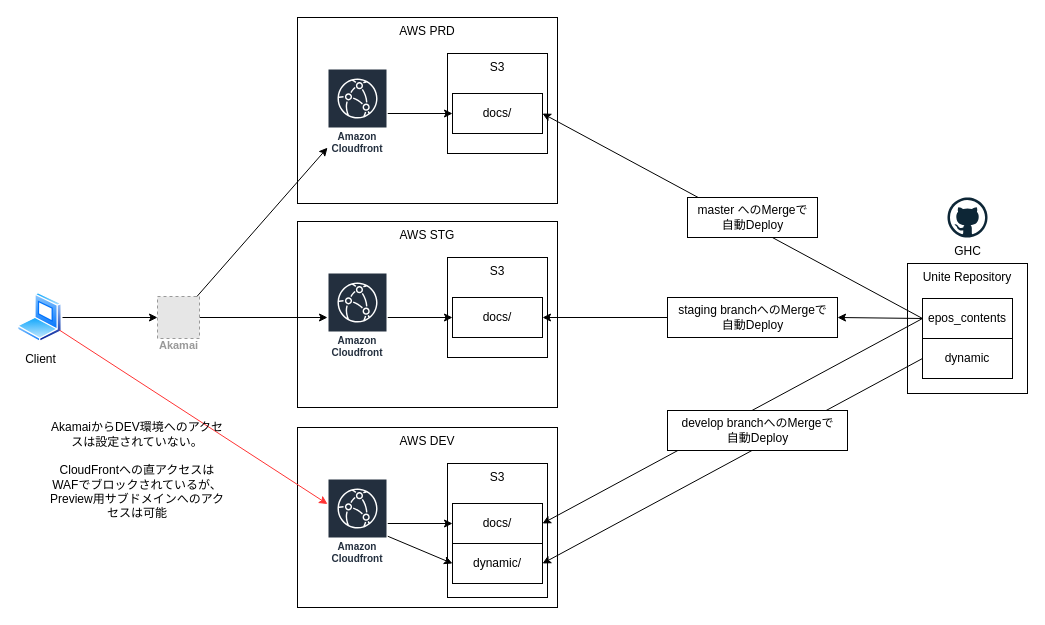
This is 02.打ち合わせ資料/img/構成概要.drawio from takemitsu255/ux-docs, a draw.io file, before an edit. Source tidied: cells renumbered, new cells numbered last; positions are measured from the earlier drawing's top-left corner, leaving out a move shared by most shapes. Both pictures are drawn from the tidied source at 100%, with x=0, y=0 at pixel (17, 17). Pictures stored in the file or linked from it are replaced by grey dashed boxes.
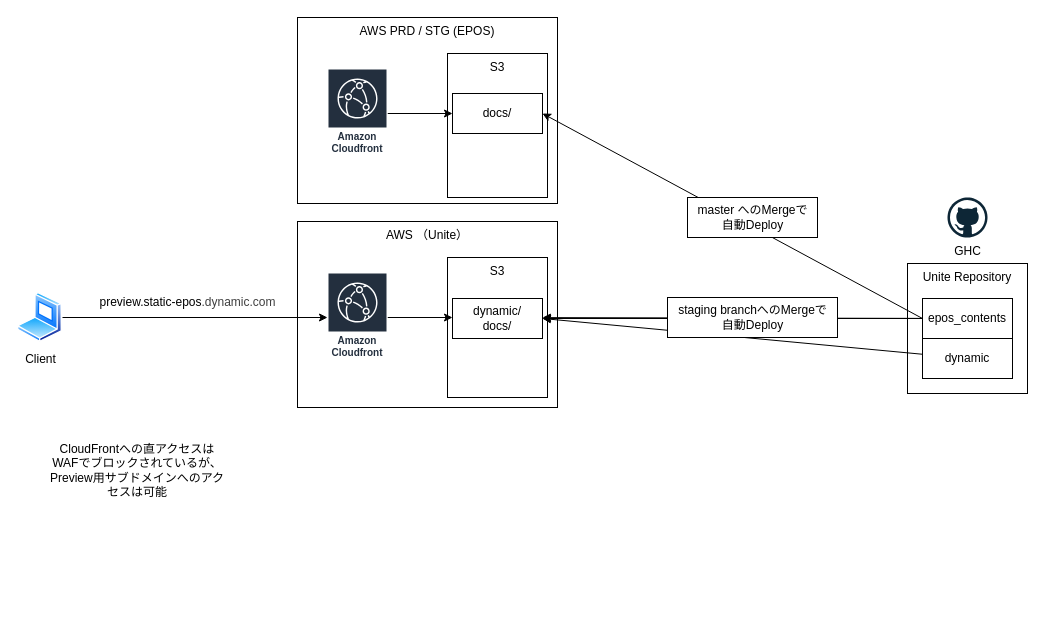
After the change.

Unchanged cells that the change refers to:
```xml
<mxCell id="5" value="Amazon Cloudfront" style="sketch=0;outlineConnect=0;fontColor=#232F3E;gradientColor=none;strokeColor=#ffffff;fillColor=#232F3E;dashed=0;verticalLabelPosition=middle;verticalAlign=bottom;align=center;html=1;whiteSpace=wrap;fontSize=10;fontStyle=1;spacing=3;shape=mxgraph.aws4.productIcon;prIcon=mxgraph.aws4.cloudfront;" parent="1" vertex="1">
  <mxGeometry x="310" y="255" width="60" height="90" as="geometry" />
</mxCell>
<mxCell id="10" value="Client" style="image;perimeter=ellipsePerimeter;html=1;align=center;shadow=0;dashed=0;spacingTop=3;image=img/lib/active_directory/laptop_client.svg;" parent="1" vertex="1">
  <mxGeometry y="275" width="45" height="50" as="geometry" />
</mxCell>
<mxCell id="21" value="Amazon Cloudfront" style="sketch=0;outlineConnect=0;fontColor=#232F3E;gradientColor=none;strokeColor=#ffffff;fillColor=#232F3E;dashed=0;verticalLabelPosition=middle;verticalAlign=bottom;align=center;html=1;whiteSpace=wrap;fontSize=10;fontStyle=1;spacing=3;shape=mxgraph.aws4.productIcon;prIcon=mxgraph.aws4.cloudfront;" parent="1" vertex="1">
  <mxGeometry x="310" y="51" width="60" height="90" as="geometry" />
</mxCell>
<mxCell id="31" value="epos_contents" style="rounded=0;whiteSpace=wrap;html=1;" parent="1" vertex="1">
  <mxGeometry x="905" y="281" width="90" height="40" as="geometry" />
</mxCell>
<mxCell id="33" value="dynamic" style="rounded=0;whiteSpace=wrap;html=1;" parent="1" vertex="1">
  <mxGeometry x="905" y="321" width="90" height="40" as="geometry" />
</mxCell>
<mxCell id="36" value="staging branchへのMergeで&lt;div&gt;自動Deploy&lt;/div&gt;" style="text;html=1;align=center;verticalAlign=middle;points=[];strokeColor=default;fillColor=default;labelBackgroundColor=none;labelBorderColor=none;" parent="1" vertex="1">
  <mxGeometry x="650" y="280" width="170" height="40" as="geometry" />
</mxCell>
```

The edit, as a diff of the source:
```diff
@@
-    <mxCell id="2" value="AWS STG" style="rounded=0;whiteSpace=wrap;html=1;verticalAlign=top;" parent="1" vertex="1">
+    <mxCell id="2" value="AWS （Unite）" style="rounded=0;whiteSpace=wrap;html=1;verticalAlign=top;" parent="1" vertex="1">
       <mxGeometry x="280" y="204" width="260" height="186" as="geometry" />
     </mxCell>
     <mxCell id="3" value="S3" style="rounded=0;whiteSpace=wrap;html=1;verticalAlign=top;" parent="1" vertex="1">
-      <mxGeometry x="430" y="240" width="100" height="100" as="geometry" />
+      <mxGeometry x="430" y="240" width="100" height="140" as="geometry" />
     </mxCell>
-    <mxCell id="4" style="edgeStyle=none;html=1;entryX=0;entryY=0.5;entryDx=0;entryDy=0;" parent="1" edge="1" source="5" target="8">
-      <mxGeometry relative="1" as="geometry" />
+    <mxCell id="4" style="edgeStyle=none;html=1;entryX=0;entryY=0.5;entryDx=0;entryDy=0;" parent="1" edge="1" source="5">
+      <mxGeometry relative="1" as="geometry">
+        <mxPoint x="435" y="300" as="targetPoint" />
+      </mxGeometry>
     </mxCell>
@@
-    <mxCell id="6" style="edgeStyle=none;html=1;" parent="1" edge="1" source="7" target="5">
-      <mxGeometry relative="1" as="geometry" />
-    </mxCell>
-    <mxCell id="7" value="Akamai" style="fillColor=#E6E6E6;strokeColor=#999999;dashed=1;html=1;verticalAlign=top;labelPosition=center;verticalLabelPosition=bottom;align=center;spacingTop=-6;fontSize=11;fontStyle=1;fontColor=#999999;" parent="1" vertex="1">
-      <mxGeometry x="140" y="279" width="42" height="42" as="geometry" />
-    </mxCell>
-    <mxCell id="8" value="docs/" style="rounded=0;whiteSpace=wrap;html=1;" parent="1" vertex="1">
-      <mxGeometry x="435" y="280" width="90" height="40" as="geometry" />
-    </mxCell>
-    <mxCell id="9" style="edgeStyle=none;html=1;" parent="1" edge="1" source="10" target="7">
+    <mxCell id="9" style="edgeStyle=none;html=1;" parent="1" edge="1" source="10" target="5">
       <mxGeometry relative="1" as="geometry" />
     </mxCell>
@@
-    <mxCell id="11" value="AWS DEV" style="rounded=0;whiteSpace=wrap;html=1;verticalAlign=top;" parent="1" vertex="1">
-      <mxGeometry x="280" y="410" width="260" height="180" as="geometry" />
-    </mxCell>
-    <mxCell id="12" value="S3" style="rounded=0;whiteSpace=wrap;html=1;verticalAlign=top;" parent="1" vertex="1">
-      <mxGeometry x="430" y="446" width="100" height="134" as="geometry" />
-    </mxCell>
-    <mxCell id="13" style="edgeStyle=none;html=1;entryX=0;entryY=0.5;entryDx=0;entryDy=0;" parent="1" edge="1" source="15" target="16">
-      <mxGeometry relative="1" as="geometry" />
-    </mxCell>
-    <mxCell id="14" style="edgeStyle=none;html=1;entryX=0;entryY=0.5;entryDx=0;entryDy=0;" parent="1" edge="1" source="15" target="17">
-      <mxGeometry relative="1" as="geometry" />
-    </mxCell>
-    <mxCell id="15" value="Amazon Cloudfront" style="sketch=0;outlineConnect=0;fontColor=#232F3E;gradientColor=none;strokeColor=#ffffff;fillColor=#232F3E;dashed=0;verticalLabelPosition=middle;verticalAlign=bottom;align=center;html=1;whiteSpace=wrap;fontSize=10;fontStyle=1;spacing=3;shape=mxgraph.aws4.productIcon;prIcon=mxgraph.aws4.cloudfront;" parent="1" vertex="1">
-      <mxGeometry x="310" y="461" width="60" height="90" as="geometry" />
-    </mxCell>
-    <mxCell id="16" value="docs/" style="rounded=0;whiteSpace=wrap;html=1;" parent="1" vertex="1">
-      <mxGeometry x="435" y="486" width="90" height="40" as="geometry" />
-    </mxCell>
-    <mxCell id="17" value="dynamic/" style="rounded=0;whiteSpace=wrap;html=1;" parent="1" vertex="1">
-      <mxGeometry x="435" y="526" width="90" height="40" as="geometry" />
-    </mxCell>
-    <mxCell id="18" value="AWS PRD" style="rounded=0;whiteSpace=wrap;html=1;verticalAlign=top;" parent="1" vertex="1">
+    <mxCell id="18" value="AWS PRD / STG (EPOS)" style="rounded=0;whiteSpace=wrap;html=1;verticalAlign=top;" parent="1" vertex="1">
       <mxGeometry x="280" width="260" height="186" as="geometry" />
     </mxCell>
     <mxCell id="19" value="S3" style="rounded=0;whiteSpace=wrap;html=1;verticalAlign=top;" parent="1" vertex="1">
-      <mxGeometry x="430" y="36" width="100" height="100" as="geometry" />
+      <mxGeometry x="430" y="36" width="100" height="144" as="geometry" />
     </mxCell>
@@
-    <mxCell id="23" style="edgeStyle=none;html=1;" parent="1" edge="1" source="7" target="21">
-      <mxGeometry relative="1" as="geometry" />
-    </mxCell>
-    <mxCell id="24" style="edgeStyle=none;html=1;strokeColor=#FF3333;" parent="1" edge="1" source="10" target="15">
-      <mxGeometry relative="1" as="geometry" />
-    </mxCell>
-    <mxCell id="25" value="AkamaiからDEV環境へのアクセスは設定されていない。&lt;div&gt;&lt;font color=&quot;#000000&quot;&gt;&lt;br&gt;&lt;/font&gt;CloudFrontへの直アクセスはWAFでブロックされているが、&lt;br&gt;Preview用サブドメインへのアクセスは可能&lt;/div&gt;" style="text;html=1;align=center;verticalAlign=middle;whiteSpace=wrap;rounded=0;" parent="1" vertex="1">
+    <mxCell id="25" value="&lt;div&gt;CloudFrontへの直アクセスはWAFでブロックされているが、&lt;br&gt;Preview用サブドメインへのアクセスは可能&lt;/div&gt;" style="text;html=1;align=center;verticalAlign=middle;whiteSpace=wrap;rounded=0;" parent="1" vertex="1">
       <mxGeometry x="30" y="416" width="180" height="74" as="geometry" />
     </mxCell>
@@
-    <mxCell id="28" style="edgeStyle=none;html=1;entryX=1;entryY=0.5;entryDx=0;entryDy=0;exitX=0;exitY=0.5;exitDx=0;exitDy=0;" parent="1" edge="1" source="31" target="16">
-      <mxGeometry relative="1" as="geometry" />
-    </mxCell>
-    <mxCell id="29" style="edgeStyle=none;html=1;exitX=0;exitY=0.5;exitDx=0;exitDy=0;entryX=1;entryY=0.5;entryDx=0;entryDy=0;" parent="1" edge="1" source="36" target="8">
-      <mxGeometry relative="1" as="geometry" />
-    </mxCell>
@@
+    <mxCell id="38" style="edgeStyle=none;html=1;entryX=1;entryY=0.5;entryDx=0;entryDy=0;" parent="1" edge="1" source="31" target="41">
+      <mxGeometry relative="1" as="geometry" />
+    </mxCell>
+    <mxCell id="39" style="edgeStyle=none;html=1;" parent="1" edge="1" source="31">
+      <mxGeometry relative="1" as="geometry">
+        <mxPoint x="525" y="300.1" as="targetPoint" />
+      </mxGeometry>
+    </mxCell>
@@
-    <mxCell id="32" style="edgeStyle=none;html=1;entryX=1;entryY=0.5;entryDx=0;entryDy=0;exitX=0;exitY=0.5;exitDx=0;exitDy=0;" parent="1" edge="1" source="33" target="17">
-      <mxGeometry relative="1" as="geometry" />
-    </mxCell>
+    <mxCell id="40" style="edgeStyle=none;html=1;entryX=1;entryY=0.5;entryDx=0;entryDy=0;" parent="1" edge="1" source="33" target="41">
+      <mxGeometry relative="1" as="geometry" />
+    </mxCell>
@@
-    <mxCell id="34" value="develop branchへのMergeで&lt;div&gt;自動Deploy&lt;/div&gt;" style="text;html=1;align=center;verticalAlign=middle;strokeColor=default;fillColor=default;labelBackgroundColor=none;labelBorderColor=none;" parent="1" vertex="1">
-      <mxGeometry x="650" y="393" width="180" height="40" as="geometry" />
-    </mxCell>
-    <mxCell id="35" style="edgeStyle=none;html=1;exitX=0;exitY=0.5;exitDx=0;exitDy=0;entryX=1;entryY=0.5;entryDx=0;entryDy=0;" parent="1" edge="1" source="31" target="36">
-      <mxGeometry relative="1" as="geometry" />
-    </mxCell>
@@
+    <mxCell id="41" value="dynamic/&lt;div&gt;docs/&lt;/div&gt;" style="rounded=0;whiteSpace=wrap;html=1;" parent="1" vertex="1">
+      <mxGeometry x="435" y="281" width="90" height="40" as="geometry" />
+    </mxCell>
+    <mxCell id="42" value="preview.static-epos&lt;span style=&quot;color: rgb(63, 63, 63); background-color: transparent;&quot;&gt;.dynamic.com&lt;/span&gt;" style="text;html=1;align=center;verticalAlign=middle;strokeColor=none;fillColor=none;" parent="1" vertex="1">
+      <mxGeometry x="70" y="270" width="200" height="30" as="geometry" />
+    </mxCell>
```
